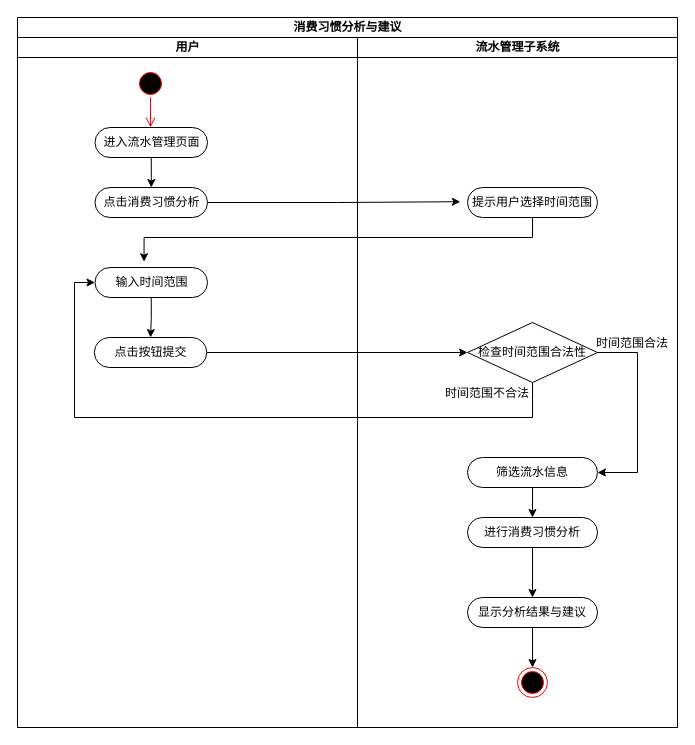
Before: 历史导出活动图.drawio in PomeloLemon/SoftwareDiagrams, a draw.io diagram. Source tidied: cells renumbered, new cells numbered last; positions are measured from the earlier drawing's top-left corner, leaving out a move shared by most shapes. Both pictures are drawn from the tidied source at 100%, with x=0, y=0 at pixel (17, 17).
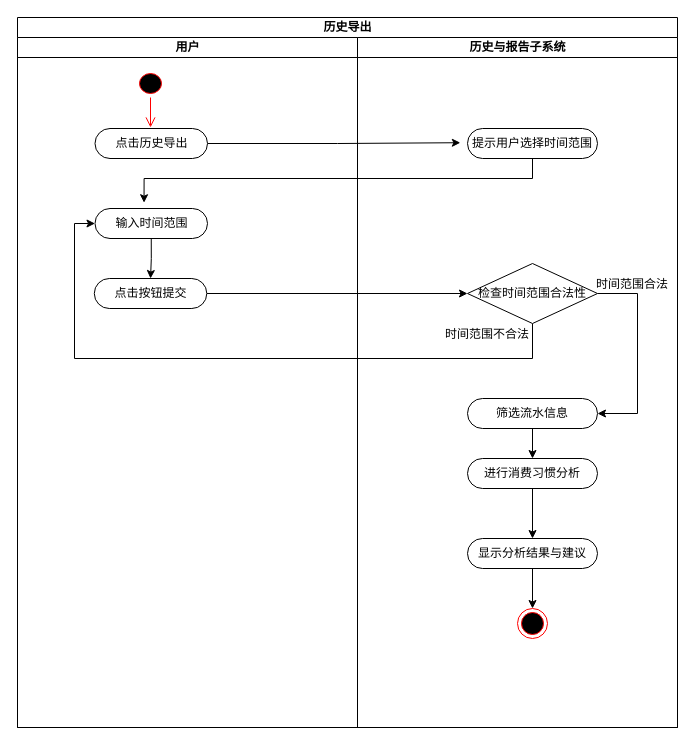
The same diagram, later.

Commit message (it also covers changes not shown here):
更新历史导出活动图.drawio

The change refers to these unchanged cells:
```xml
<mxCell id="3" value="用户" style="swimlane;startSize=20;html=1;" parent="2" vertex="1">
  <mxGeometry y="20" width="340" height="690" as="geometry" />
</mxCell>
```

The edit, as a diff of the source:
```diff
@@
-    <mxCell id="2" value="消费习惯分析与建议" style="swimlane;startSize=20;html=1;" parent="1" vertex="1">
+    <mxCell id="2" value="历史导出" style="swimlane;startSize=20;html=1;" parent="1" vertex="1">
       <mxGeometry width="660" height="710" as="geometry" />
     </mxCell>
+    <mxCell id="12" style="edgeStyle=orthogonalEdgeStyle;rounded=0;jettySize=auto;html=1;entryX=-0.055;entryY=0.474;entryDx=0;entryDy=0;entryPerimeter=0;" parent="2" edge="1" source="8" target="17">
+      <mxGeometry relative="1" as="geometry" />
+    </mxCell>
+    <mxCell id="13" style="edgeStyle=orthogonalEdgeStyle;rounded=0;jettySize=auto;html=1;entryX=0.436;entryY=-0.192;entryDx=0;entryDy=0;entryPerimeter=0;" parent="2" edge="1" source="17" target="10">
+      <mxGeometry relative="1" as="geometry">
+        <Array as="points">
+          <mxPoint x="515" y="161" />
+          <mxPoint x="127" y="161" />
+        </Array>
+      </mxGeometry>
+    </mxCell>
+    <mxCell id="14" style="edgeStyle=orthogonalEdgeStyle;rounded=0;jettySize=auto;html=1;entryX=0;entryY=0.5;entryDx=0;entryDy=0;" parent="2" edge="1" source="11" target="19">
+      <mxGeometry relative="1" as="geometry" />
+    </mxCell>
+    <mxCell id="15" style="edgeStyle=orthogonalEdgeStyle;rounded=0;jettySize=auto;html=1;entryX=0;entryY=0.5;entryDx=0;entryDy=0;" parent="2" edge="1" source="19" target="10">
+      <mxGeometry relative="1" as="geometry">
+        <Array as="points">
+          <mxPoint x="515" y="341" />
+          <mxPoint x="57" y="341" />
+          <mxPoint x="57" y="206" />
+        </Array>
+      </mxGeometry>
+    </mxCell>
@@
     <mxCell id="4" style="ellipse;html=1;shape=startState;fillColor=#000000;strokeColor=#ff0000;" parent="3" vertex="1">
-      <mxGeometry x="118" y="31" width="30" height="30" as="geometry" />
+      <mxGeometry x="118" y="32" width="30" height="28" as="geometry" />
     </mxCell>
@@
-    <mxCell id="6" style="edgeStyle=orthogonalEdgeStyle;rounded=0;jettySize=auto;html=1;exitX=0.5;exitY=1;exitDx=0;exitDy=0;" parent="3" edge="1" source="7" target="8">
-      <mxGeometry relative="1" as="geometry" />
-    </mxCell>
-    <mxCell id="7" value="进入流水管理页面" style="rounded=1;whiteSpace=wrap;html=1;shadow=0;comic=0;labelBackgroundColor=none;strokeWidth=1;fontFamily=Verdana;fontSize=12;align=center;arcSize=50;" parent="3" vertex="1">
-      <mxGeometry x="77.5" y="90" width="112.5" height="30" as="geometry" />
-    </mxCell>
-    <mxCell id="8" value="点击消费习惯分析" style="rounded=1;whiteSpace=wrap;html=1;shadow=0;comic=0;labelBackgroundColor=none;strokeWidth=1;fontFamily=Verdana;fontSize=12;align=center;arcSize=50;" parent="3" vertex="1">
-      <mxGeometry x="77.5" y="150" width="112.5" height="30" as="geometry" />
+    <mxCell id="8" value="点击历史导出" style="rounded=1;whiteSpace=wrap;html=1;shadow=0;comic=0;labelBackgroundColor=none;strokeWidth=1;fontFamily=Verdana;fontSize=12;align=center;arcSize=50;" parent="3" vertex="1">
+      <mxGeometry x="77.5" y="91" width="112.5" height="30" as="geometry" />
     </mxCell>
@@
     <mxCell id="10" value="输入时间范围" style="rounded=1;whiteSpace=wrap;html=1;shadow=0;comic=0;labelBackgroundColor=none;strokeWidth=1;fontFamily=Verdana;fontSize=12;align=center;arcSize=50;" parent="3" vertex="1">
-      <mxGeometry x="77.5" y="230" width="112.5" height="30" as="geometry" />
+      <mxGeometry x="77.5" y="171" width="112.5" height="30" as="geometry" />
     </mxCell>
     <mxCell id="11" value="点击按钮提交" style="rounded=1;whiteSpace=wrap;html=1;shadow=0;comic=0;labelBackgroundColor=none;strokeWidth=1;fontFamily=Verdana;fontSize=12;align=center;arcSize=50;" parent="3" vertex="1">
-      <mxGeometry x="76.8" y="300" width="112.5" height="30" as="geometry" />
+      <mxGeometry x="76.8" y="241" width="112.5" height="30" as="geometry" />
     </mxCell>
-    <mxCell id="12" style="edgeStyle=orthogonalEdgeStyle;rounded=0;jettySize=auto;html=1;entryX=-0.055;entryY=0.474;entryDx=0;entryDy=0;entryPerimeter=0;" parent="2" edge="1" source="8" target="17">
-      <mxGeometry relative="1" as="geometry" />
-    </mxCell>
-    <mxCell id="13" style="edgeStyle=orthogonalEdgeStyle;rounded=0;jettySize=auto;html=1;entryX=0.436;entryY=-0.192;entryDx=0;entryDy=0;entryPerimeter=0;" parent="2" edge="1" source="17" target="10">
-      <mxGeometry relative="1" as="geometry">
-        <Array as="points">
-          <mxPoint x="515" y="220" />
-          <mxPoint x="127" y="220" />
-        </Array>
-      </mxGeometry>
-    </mxCell>
-    <mxCell id="14" style="edgeStyle=orthogonalEdgeStyle;rounded=0;jettySize=auto;html=1;entryX=0;entryY=0.5;entryDx=0;entryDy=0;" parent="2" edge="1" source="11" target="19">
-      <mxGeometry relative="1" as="geometry" />
-    </mxCell>
-    <mxCell id="15" style="edgeStyle=orthogonalEdgeStyle;rounded=0;jettySize=auto;html=1;entryX=0;entryY=0.5;entryDx=0;entryDy=0;" parent="2" edge="1" source="19" target="10">
-      <mxGeometry relative="1" as="geometry">
-        <Array as="points">
-          <mxPoint x="515" y="400" />
-          <mxPoint x="57" y="400" />
-          <mxPoint x="57" y="265" />
-        </Array>
-      </mxGeometry>
-    </mxCell>
-    <mxCell id="16" value="流水管理子系统" style="swimlane;startSize=20;html=1;" parent="2" vertex="1">
+    <mxCell id="16" value="历史与报告子系统" style="swimlane;startSize=20;html=1;" parent="2" vertex="1">
       <mxGeometry x="340" y="20" width="320" height="690" as="geometry" />
     </mxCell>
     <mxCell id="17" value="提示用户选择时间范围" style="rounded=1;whiteSpace=wrap;html=1;shadow=0;comic=0;labelBackgroundColor=none;strokeWidth=1;fontFamily=Verdana;fontSize=12;align=center;arcSize=50;" parent="16" vertex="1">
-      <mxGeometry x="110" y="150" width="130" height="30" as="geometry" />
+      <mxGeometry x="110" y="91" width="130" height="30" as="geometry" />
     </mxCell>
     <mxCell id="18" style="edgeStyle=orthogonalEdgeStyle;rounded=0;jettySize=auto;html=1;entryX=1;entryY=0.5;entryDx=0;entryDy=0;" parent="16" edge="1" source="19" target="22">
       <mxGeometry relative="1" as="geometry">
         <Array as="points">
-          <mxPoint x="280" y="315" />
-          <mxPoint x="280" y="435" />
+          <mxPoint x="280" y="256" />
+          <mxPoint x="280" y="376" />
         </Array>
       </mxGeometry>
     </mxCell>
     <mxCell id="19" value="检查时间范围合法性" style="rhombus;whiteSpace=wrap;html=1;" parent="16" vertex="1">
-      <mxGeometry x="110" y="285" width="130" height="60" as="geometry" />
+      <mxGeometry x="110" y="226" width="130" height="60" as="geometry" />
     </mxCell>
     <mxCell id="20" value="时间范围不合法" style="text;html=1;strokeColor=none;fillColor=none;align=center;verticalAlign=middle;whiteSpace=wrap;rounded=0;" parent="16" vertex="1">
-      <mxGeometry x="85" y="341" width="90" height="30" as="geometry" />
+      <mxGeometry x="85" y="282" width="90" height="30" as="geometry" />
     </mxCell>
@@
     <mxCell id="22" value="筛选流水信息" style="rounded=1;whiteSpace=wrap;html=1;shadow=0;comic=0;labelBackgroundColor=none;strokeWidth=1;fontFamily=Verdana;fontSize=12;align=center;arcSize=50;" parent="16" vertex="1">
-      <mxGeometry x="110" y="420" width="130" height="30" as="geometry" />
+      <mxGeometry x="110" y="361" width="130" height="30" as="geometry" />
     </mxCell>
     <mxCell id="23" value="时间范围合法" style="text;html=1;strokeColor=none;fillColor=none;align=center;verticalAlign=middle;whiteSpace=wrap;rounded=0;" parent="16" vertex="1">
-      <mxGeometry x="230" y="291" width="90" height="30" as="geometry" />
+      <mxGeometry x="230" y="232" width="90" height="30" as="geometry" />
     </mxCell>
@@
     <mxCell id="25" value="进行消费习惯分析" style="rounded=1;whiteSpace=wrap;html=1;shadow=0;comic=0;labelBackgroundColor=none;strokeWidth=1;fontFamily=Verdana;fontSize=12;align=center;arcSize=50;" parent="16" vertex="1">
-      <mxGeometry x="110" y="480" width="130" height="30" as="geometry" />
+      <mxGeometry x="110" y="421" width="130" height="30" as="geometry" />
     </mxCell>
@@
     <mxCell id="27" value="显示分析结果与建议" style="rounded=1;whiteSpace=wrap;html=1;shadow=0;comic=0;labelBackgroundColor=none;strokeWidth=1;fontFamily=Verdana;fontSize=12;align=center;arcSize=50;" parent="16" vertex="1">
-      <mxGeometry x="110" y="560" width="130" height="30" as="geometry" />
+      <mxGeometry x="110" y="501" width="130" height="30" as="geometry" />
     </mxCell>
     <mxCell id="28" style="ellipse;html=1;shape=endState;fillColor=#000000;strokeColor=#ff0000;" parent="16" vertex="1">
-      <mxGeometry x="160" y="630" width="30" height="30" as="geometry" />
+      <mxGeometry x="160" y="571" width="30" height="30" as="geometry" />
     </mxCell>
```
